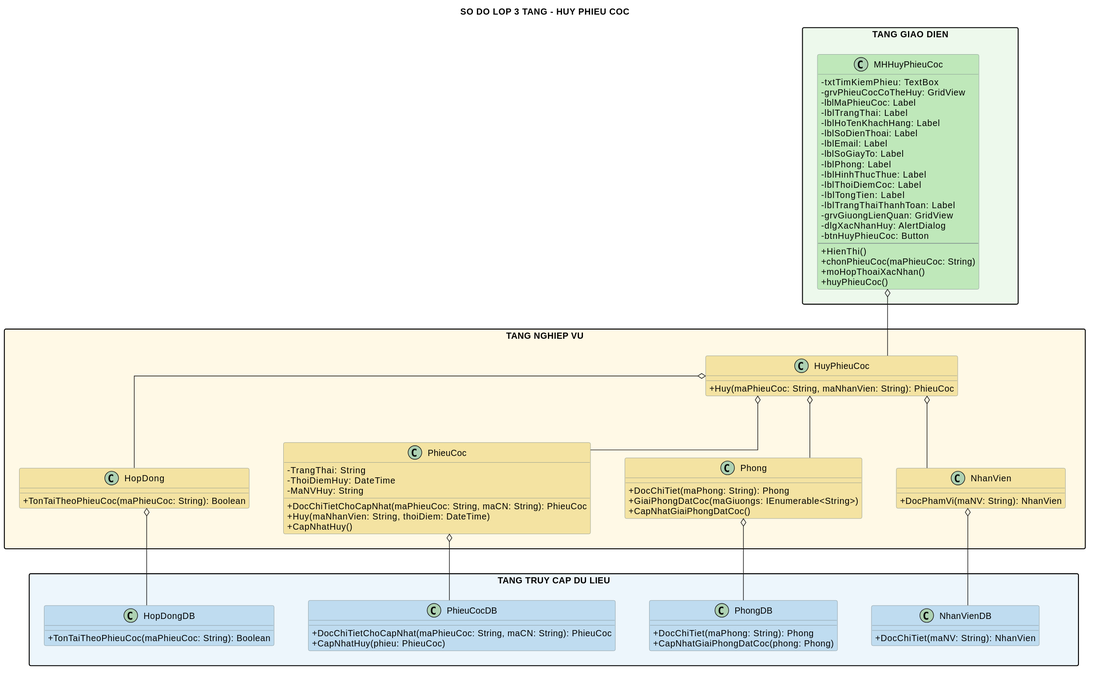
The PlantUML diagram diagram/svg/huy-phieu-coc-class.svg in Ming1309/HomeStay-Dorm, before a commit.
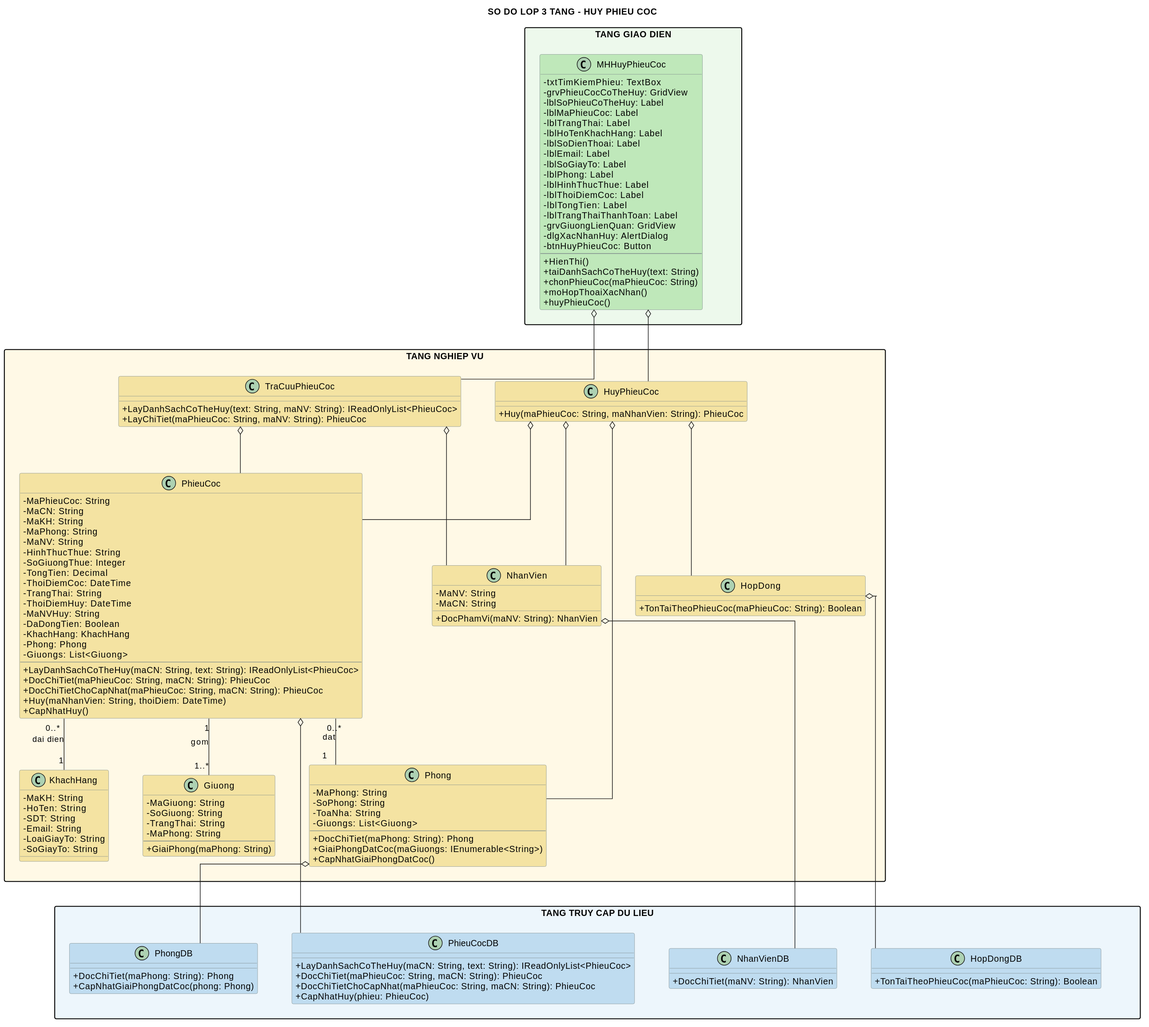
The same file after the commit.

Change to the diagram source:
```diff
@@ -15,6 +15,7 @@
   class MHHuyPhieuCoc #BFE8BA {
     - txtTimKiemPhieu: TextBox
     - grvPhieuCocCoTheHuy: GridView
+    - lblSoPhieuCoTheHuy: Label
     - lblMaPhieuCoc: Label
     - lblTrangThai: Label
     - lblHoTenKhachHang: Label
@@ -31,33 +32,77 @@
     - btnHuyPhieuCoc: Button
     --
     + HienThi()
+    + taiDanhSachCoTheHuy(text: String)
     + chonPhieuCoc(maPhieuCoc: String)
     + moHopThoaiXacNhan()
     + huyPhieuCoc()
   }
 }
 package "TANG NGHIEP VU" as BUS_LAYER #FFF9E6 {
+  class TraCuuPhieuCoc #F4E3A2 {
+    + LayDanhSachCoTheHuy(text: String, maNV: String): IReadOnlyList<PhieuCoc>
+    + LayChiTiet(maPhieuCoc: String, maNV: String): PhieuCoc
+  }
   class HuyPhieuCoc #F4E3A2 {
     + Huy(maPhieuCoc: String, maNhanVien: String): PhieuCoc
   }
   class NhanVien #F4E3A2 {
+    - MaNV: String
+    - MaCN: String
     + DocPhamVi(maNV: String): NhanVien
   }
   class HopDong #F4E3A2 {
     + TonTaiTheoPhieuCoc(maPhieuCoc: String): Boolean
   }
   class PhieuCoc #F4E3A2 {
+    - MaPhieuCoc: String
+    - MaCN: String
+    - MaKH: String
+    - MaPhong: String
+    - MaNV: String
+    - HinhThucThue: String
+    - SoGiuongThue: Integer
+    - TongTien: Decimal
+    - ThoiDiemCoc: DateTime
     - TrangThai: String
     - ThoiDiemHuy: DateTime
     - MaNVHuy: String
+    - DaDongTien: Boolean
+    - KhachHang: KhachHang
+    - Phong: Phong
+    - Giuongs: List<Giuong>
+    --
+    + LayDanhSachCoTheHuy(maCN: String, text: String): IReadOnlyList<PhieuCoc>
+    + DocChiTiet(maPhieuCoc: String, maCN: String): PhieuCoc
     + DocChiTietChoCapNhat(maPhieuCoc: String, maCN: String): PhieuCoc
     + Huy(maNhanVien: String, thoiDiem: DateTime)
     + CapNhatHuy()
   }
   class Phong #F4E3A2 {
+    - MaPhong: String
+    - SoPhong: String
+    - ToaNha: String
+    - Giuongs: List<Giuong>
+    --
     + DocChiTiet(maPhong: String): Phong
     + GiaiPhongDatCoc(maGiuongs: IEnumerable<String>)
     + CapNhatGiaiPhongDatCoc()
+  }
+  class KhachHang #F4E3A2 {
+    - MaKH: String
+    - HoTen: String
+    - SDT: String
+    - Email: String
+    - LoaiGiayTo: String
+    - SoGiayTo: String
+  }
+  class Giuong #F4E3A2 {
+    - MaGiuong: String
+    - SoGiuong: String
+    - TrangThai: String
+    - MaPhong: String
+    --
+    + GiaiPhong(maPhong: String)
   }
 }
 package "TANG TRUY CAP DU LIEU" as DAL_LAYER #EDF6FC {
@@ -68,6 +113,8 @@
     + TonTaiTheoPhieuCoc(maPhieuCoc: String): Boolean
   }
   class PhieuCocDB #BFDCF0 {
+    + LayDanhSachCoTheHuy(maCN: String, text: String): IReadOnlyList<PhieuCoc>
+    + DocChiTiet(maPhieuCoc: String, maCN: String): PhieuCoc
     + DocChiTietChoCapNhat(maPhieuCoc: String, maCN: String): PhieuCoc
     + CapNhatHuy(phieu: PhieuCoc)
   }
@@ -79,6 +126,9 @@
 GUI_LAYER -[hidden]down- BUS_LAYER
 BUS_LAYER -[hidden]down- DAL_LAYER
 MHHuyPhieuCoc o-down- HuyPhieuCoc
+MHHuyPhieuCoc o-down- TraCuuPhieuCoc
+TraCuuPhieuCoc o-- NhanVien
+TraCuuPhieuCoc o-- PhieuCoc
 HuyPhieuCoc o-- NhanVien
 HuyPhieuCoc o-- HopDong
 HuyPhieuCoc o-- PhieuCoc
@@ -87,6 +137,9 @@
 HopDong o-down- HopDongDB
 PhieuCoc o-down- PhieuCocDB
 Phong o-down- PhongDB
+PhieuCoc "0..*" -- "1" KhachHang : dai dien
+PhieuCoc "0..*" -- "1" Phong : dat
+PhieuCoc "1" -- "1..*" Giuong : gom
 HuyPhieuCoc -[hidden]down- NhanVienDB
 Phong -[hidden]down- NhanVienDB
 @enduml
```
